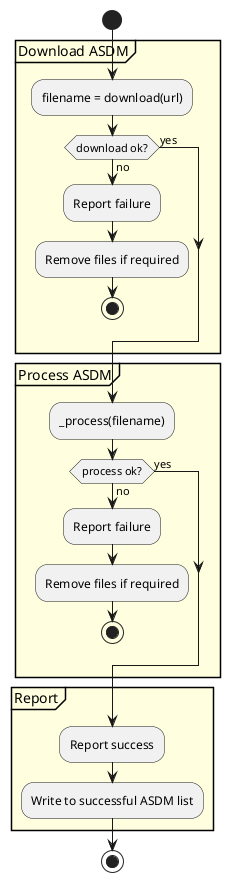
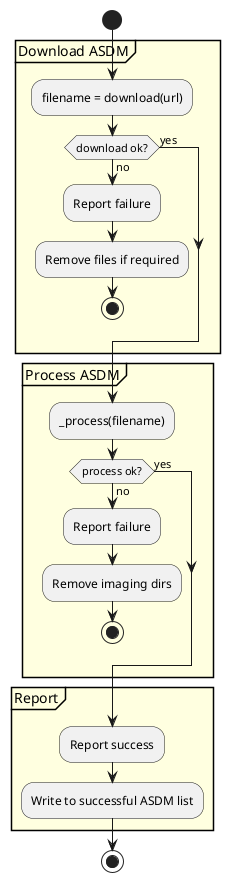
@startuml L4-almaqso.Almaqso._process_wrapper-activity
start
partition "Download ASDM" #LightYellow {
    :filename = download(url);
    if (download ok?) then (yes)
    else (no)
        :Report failure;
        :Remove files if required;
        stop
    endif
}
partition "Process ASDM" #LightYellow {
    :_process(filename);
    if (process ok?) then (yes)
    else (no)
        :Report failure;
-         :Remove files if required;
+         :Remove imaging dirs;
        stop
    endif
}
partition "Report" #LightYellow {
    :Report success;
    :Write to successful ASDM list;
}

stop
@enduml